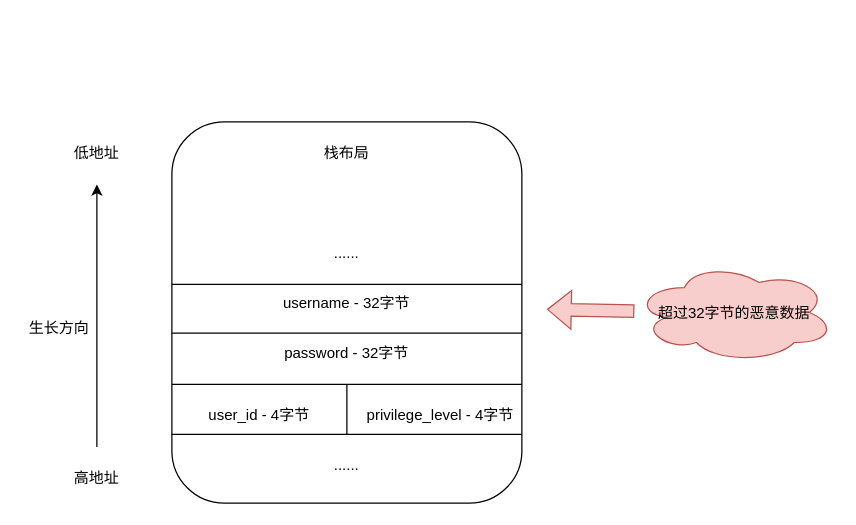
Above: MindMap/栈溢出示例.drawio in hourhl/Draw-io (draw.io), before the change. Source tidied: cells renumbered, new cells numbered last; positions are measured from the earlier drawing's top-left corner, leaving out a move shared by most shapes. Both pictures are drawn from the tidied source at 125%, with x=0, y=0 at pixel (21, 121).
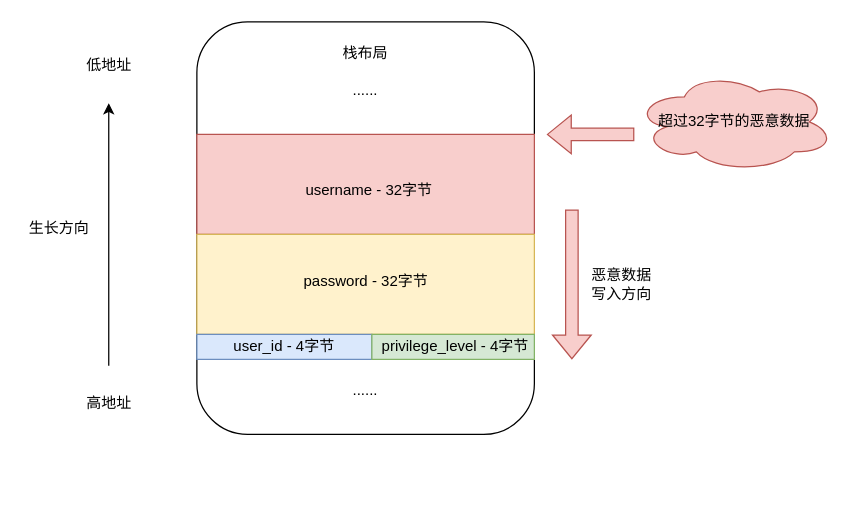
After the change.

Commit message:
更新栈溢出示例.drawio

The edit, as a diff of the source:
```diff
@@
-    <mxCell id="2" style="rounded=1;whiteSpace=wrap;html=1;" parent="1" vertex="1">
-      <mxGeometry x="120" width="280" height="305" as="geometry" />
-    </mxCell>
-    <mxCell id="3" value="栈布局" style="text;html=1;whiteSpace=wrap;strokeColor=none;fillColor=none;align=center;verticalAlign=middle;rounded=0;" parent="1" vertex="1">
-      <mxGeometry x="230" y="10" width="60" height="30" as="geometry" />
-    </mxCell>
     <mxCell id="4" value="低地址" style="text;html=1;whiteSpace=wrap;strokeColor=none;fillColor=none;align=center;verticalAlign=middle;rounded=0;" parent="1" vertex="1">
-      <mxGeometry x="30" y="10" width="60" height="30" as="geometry" />
+      <mxGeometry x="40" y="-60" width="60" height="30" as="geometry" />
     </mxCell>
     <mxCell id="5" value="高地址" style="text;html=1;whiteSpace=wrap;strokeColor=none;fillColor=none;align=center;verticalAlign=middle;rounded=0;" parent="1" vertex="1">
-      <mxGeometry x="30" y="270" width="60" height="30" as="geometry" />
+      <mxGeometry x="40" y="210" width="60" height="30" as="geometry" />
     </mxCell>
     <mxCell id="6" style="endArrow=classic;html=1;rounded=0;" parent="1" edge="1">
       <mxGeometry relative="1" as="geometry">
-        <mxPoint x="60" y="260" as="sourcePoint" />
-        <mxPoint x="60" y="50" as="targetPoint" />
+        <mxPoint x="69.5" y="195" as="sourcePoint" />
+        <mxPoint x="69.5" y="-15" as="targetPoint" />
       </mxGeometry>
     </mxCell>
     <mxCell id="7" value="生长方向" style="text;html=1;whiteSpace=wrap;strokeColor=none;fillColor=none;align=center;verticalAlign=middle;rounded=0;" parent="1" vertex="1">
-      <mxGeometry y="150" width="60" height="30" as="geometry" />
+      <mxGeometry y="70" width="60" height="30" as="geometry" />
     </mxCell>
-    <mxCell id="8" style="endArrow=none;html=1;rounded=0;" parent="1" edge="1">
-      <mxGeometry relative="1" as="geometry">
-        <mxPoint x="120" y="169" as="sourcePoint" />
-        <mxPoint x="400" y="169" as="targetPoint" />
-      </mxGeometry>
-    </mxCell>
-    <mxCell id="9" style="endArrow=none;html=1;rounded=0;" parent="1" edge="1">
-      <mxGeometry relative="1" as="geometry">
-        <mxPoint x="120" y="210" as="sourcePoint" />
-        <mxPoint x="400" y="210" as="targetPoint" />
-      </mxGeometry>
-    </mxCell>
-    <mxCell id="10" style="endArrow=none;html=1;rounded=0;entryX=1;entryY=1;entryDx=0;entryDy=0;" parent="1" edge="1" target="17">
-      <mxGeometry relative="1" as="geometry">
-        <mxPoint x="120" y="250" as="sourcePoint" />
-      </mxGeometry>
-    </mxCell>
-    <mxCell id="11" style="endArrow=none;html=1;rounded=0;" parent="1" edge="1">
-      <mxGeometry relative="1" as="geometry">
-        <mxPoint x="120" y="130" as="sourcePoint" />
-        <mxPoint x="400" y="130" as="targetPoint" />
-      </mxGeometry>
-    </mxCell>
-    <mxCell id="12" value="......" style="text;html=1;whiteSpace=wrap;strokeColor=none;fillColor=none;align=center;verticalAlign=middle;rounded=0;" parent="1" vertex="1">
-      <mxGeometry x="230" y="260" width="60" height="30" as="geometry" />
-    </mxCell>
-    <mxCell id="13" style="endArrow=none;html=1;rounded=0;" parent="1" edge="1">
-      <mxGeometry relative="1" as="geometry">
-        <mxPoint x="260" y="250" as="sourcePoint" />
-        <mxPoint x="260" y="210" as="targetPoint" />
-      </mxGeometry>
-    </mxCell>
+    <mxCell id="19" value="超过32字节的恶意数据" style="ellipse;shape=cloud;whiteSpace=wrap;html=1;fillColor=#f8cecc;strokeColor=#b85450;" parent="1" vertex="1">
+      <mxGeometry x="490" y="-40" width="160" height="80" as="geometry" />
+    </mxCell>
+    <mxCell id="21" style="rounded=1;whiteSpace=wrap;html=1;" parent="1" vertex="1">
+      <mxGeometry x="140" y="-80" width="270" height="330" as="geometry" />
+    </mxCell>
+    <mxCell id="22" style="rounded=0;whiteSpace=wrap;html=1;fillColor=#f8cecc;strokeColor=#b85450;" parent="1" vertex="1">
+      <mxGeometry x="140" y="10" width="270" height="80" as="geometry" />
+    </mxCell>
     <mxCell id="14" value="username - 32字节" style="text;html=1;whiteSpace=wrap;strokeColor=none;fillColor=none;align=center;verticalAlign=middle;rounded=0;" parent="1" vertex="1">
-      <mxGeometry x="200" y="130" width="120" height="30" as="geometry" />
+      <mxGeometry x="222.5" y="40" width="110" height="30" as="geometry" />
     </mxCell>
+    <mxCell id="3" value="栈布局" style="text;html=1;whiteSpace=wrap;strokeColor=none;fillColor=none;align=center;verticalAlign=middle;rounded=0;" parent="1" vertex="1">
+      <mxGeometry x="245" y="-70" width="60" height="30" as="geometry" />
+    </mxCell>
+    <mxCell id="23" style="rounded=0;whiteSpace=wrap;html=1;fillColor=#fff2cc;strokeColor=#d6b656;" parent="1" vertex="1">
+      <mxGeometry x="140" y="90" width="270" height="80" as="geometry" />
+    </mxCell>
     <mxCell id="15" value="password - 32字节" style="text;html=1;whiteSpace=wrap;strokeColor=none;fillColor=none;align=center;verticalAlign=middle;rounded=0;" parent="1" vertex="1">
-      <mxGeometry x="205" y="170" width="110" height="30" as="geometry" />
+      <mxGeometry x="222.5" y="112.5" width="105" height="30" as="geometry" />
     </mxCell>
+    <mxCell id="24" style="rounded=0;whiteSpace=wrap;html=1;fillColor=#dae8fc;strokeColor=#6c8ebf;" parent="1" vertex="1">
+      <mxGeometry x="140" y="170" width="140" height="20" as="geometry" />
+    </mxCell>
+    <mxCell id="25" style="rounded=0;whiteSpace=wrap;html=1;fillColor=#d5e8d4;strokeColor=#82b366;" parent="1" vertex="1">
+      <mxGeometry x="280" y="170" width="130" height="20" as="geometry" />
+    </mxCell>
+    <mxCell id="17" value="privilege_level - 4字节" style="text;html=1;whiteSpace=wrap;strokeColor=none;fillColor=none;align=center;verticalAlign=middle;rounded=0;" parent="1" vertex="1">
+      <mxGeometry x="284" y="165" width="126" height="30" as="geometry" />
+    </mxCell>
     <mxCell id="16" value="user_id - 4字节" style="text;html=1;whiteSpace=wrap;strokeColor=none;fillColor=none;align=center;verticalAlign=middle;rounded=0;" parent="1" vertex="1">
-      <mxGeometry x="140" y="220" width="100" height="30" as="geometry" />
+      <mxGeometry x="160" y="165" width="100" height="30" as="geometry" />
     </mxCell>
-    <mxCell id="17" value="privilege_level - 4字节" style="text;html=1;whiteSpace=wrap;strokeColor=none;fillColor=none;align=center;verticalAlign=middle;rounded=0;" parent="1" vertex="1">
-      <mxGeometry x="270" y="220" width="130" height="30" as="geometry" />
-    </mxCell>
-    <mxCell id="18" value="......" style="text;html=1;whiteSpace=wrap;strokeColor=none;fillColor=none;align=center;verticalAlign=middle;rounded=0;" parent="1" vertex="1">
-      <mxGeometry x="230" y="90" width="60" height="30" as="geometry" />
-    </mxCell>
-    <mxCell id="19" value="超过32字节的恶意数据" style="ellipse;shape=cloud;whiteSpace=wrap;html=1;fillColor=#f8cecc;strokeColor=#b85450;" parent="1" vertex="1">
-      <mxGeometry x="490" y="112.5" width="160" height="80" as="geometry" />
-    </mxCell>
-    <mxCell id="20" style="shape=flexArrow;endArrow=classic;html=1;rounded=0;fillColor=#f8cecc;strokeColor=#b85450;" parent="1" edge="1" source="19">
-      <mxGeometry relative="1" as="geometry">
-        <mxPoint x="420" y="150" as="targetPoint" />
-      </mxGeometry>
-    </mxCell>
+    <mxCell id="26" style="shape=flexArrow;endArrow=classic;html=1;rounded=0;fillColor=#f8cecc;strokeColor=#b85450;" parent="1" edge="1">
+      <mxGeometry relative="1" as="geometry">
+        <mxPoint x="490" y="10" as="sourcePoint" />
+        <mxPoint x="420" y="10" as="targetPoint" />
+      </mxGeometry>
+    </mxCell>
+    <mxCell id="27" value="......" style="text;html=1;whiteSpace=wrap;strokeColor=none;fillColor=none;align=center;verticalAlign=middle;rounded=0;" parent="1" vertex="1">
+      <mxGeometry x="245" y="-40" width="60" height="30" as="geometry" />
+    </mxCell>
+    <mxCell id="28" value="......" style="text;html=1;whiteSpace=wrap;strokeColor=none;fillColor=none;align=center;verticalAlign=middle;rounded=0;" parent="1" vertex="1">
+      <mxGeometry x="245" y="200" width="60" height="30" as="geometry" />
+    </mxCell>
+    <mxCell id="29" style="shape=flexArrow;endArrow=classic;html=1;rounded=0;fillColor=#f8cecc;strokeColor=#b85450;" parent="1" edge="1">
+      <mxGeometry relative="1" as="geometry">
+        <mxPoint x="440" y="70" as="sourcePoint" />
+        <mxPoint x="440" y="190" as="targetPoint" />
+      </mxGeometry>
+    </mxCell>
+    <mxCell id="30" value="恶意数据写入方向" style="text;html=1;whiteSpace=wrap;strokeColor=none;fillColor=none;align=center;verticalAlign=middle;rounded=0;" parent="1" vertex="1">
+      <mxGeometry x="450" y="115" width="60" height="30" as="geometry" />
+    </mxCell>
```
